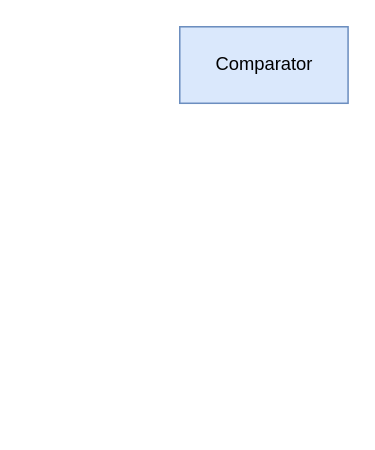
Above: 排序接口.drawio in quanqiang-li/draw (draw.io), before the change. Source tidied: cells renumbered, new cells numbered last; positions are measured from the earlier drawing's top-left corner, leaving out a move shared by most shapes. Both pictures are drawn from the tidied source at 153%, with x=0, y=0 at pixel (179, 26).
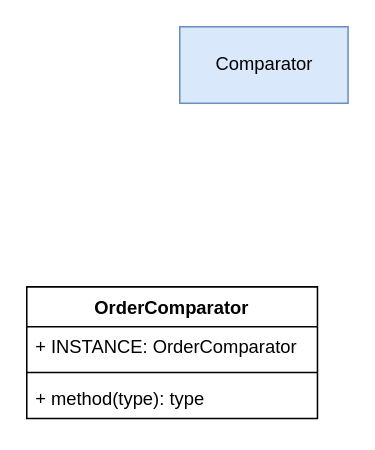
After the change.

Commit message:
更新排序接口.drawio

Diff of the diagram source:
```diff
@@
 <mxGraphModel>
   <root>
     <mxCell id="0" />
     <mxCell id="1" parent="0" />
     <mxCell id="2" value="Comparator" style="html=1;fillColor=#dae8fc;strokeColor=#6c8ebf;" parent="1" vertex="1">
       <mxGeometry width="110" height="50" as="geometry" />
     </mxCell>
+    <mxCell id="3" value="OrderComparator" style="swimlane;fontStyle=1;align=center;verticalAlign=top;horizontal=1;startSize=26;" parent="1" vertex="1">
+      <mxGeometry x="-100" y="170" width="190" height="86" as="geometry" />
+    </mxCell>
+    <mxCell id="4" value="+ INSTANCE: OrderComparator" style="text;strokeColor=none;fillColor=none;align=left;verticalAlign=top;spacingLeft=4;spacingRight=4;overflow=hidden;" parent="3" vertex="1">
+      <mxGeometry y="26" width="190" height="26" as="geometry" />
+    </mxCell>
+    <mxCell id="5" style="line;strokeWidth=1;fillColor=none;align=left;verticalAlign=middle;spacingTop=-1;spacingLeft=3;spacingRight=3;labelPosition=right;" parent="3" vertex="1">
+      <mxGeometry y="52" width="190" height="8" as="geometry" />
+    </mxCell>
+    <mxCell id="6" value="+ method(type): type" style="text;strokeColor=none;fillColor=none;align=left;verticalAlign=top;spacingLeft=4;spacingRight=4;overflow=hidden;" parent="3" vertex="1">
+      <mxGeometry y="60" width="190" height="26" as="geometry" />
+    </mxCell>
   </root>
 </mxGraphModel>
```
